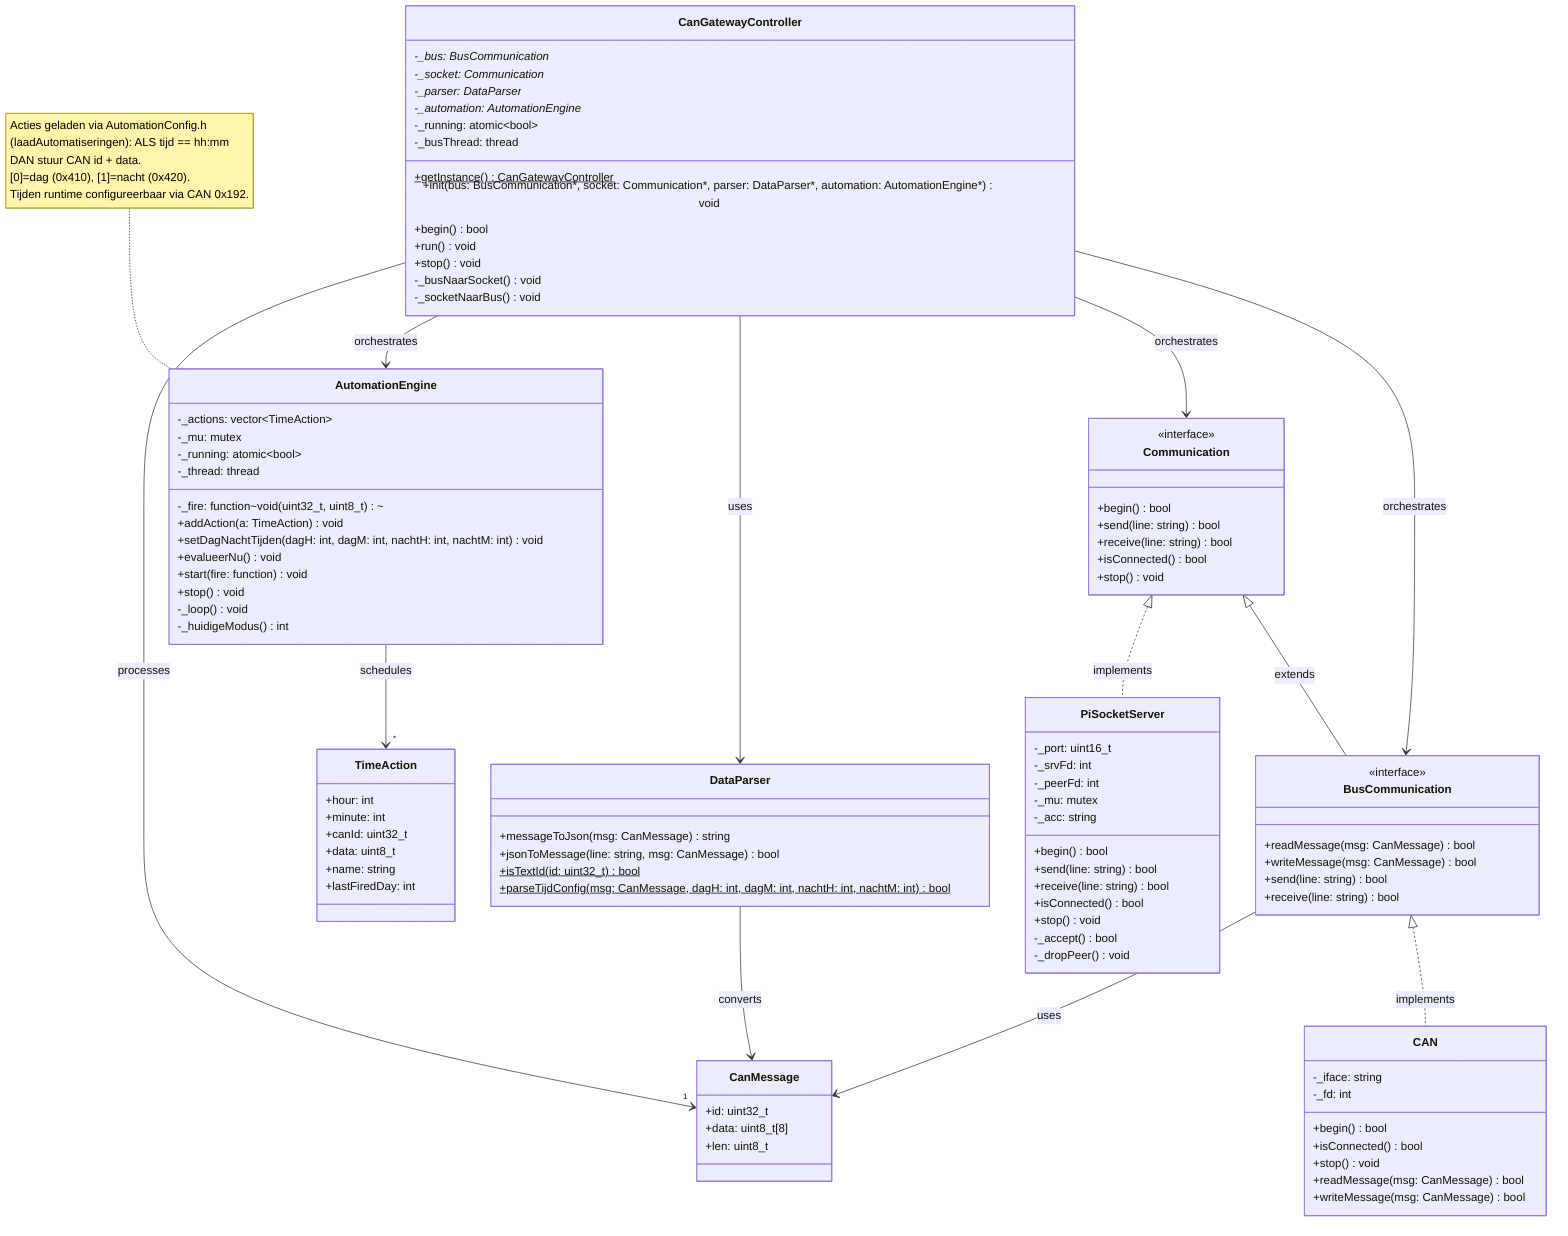
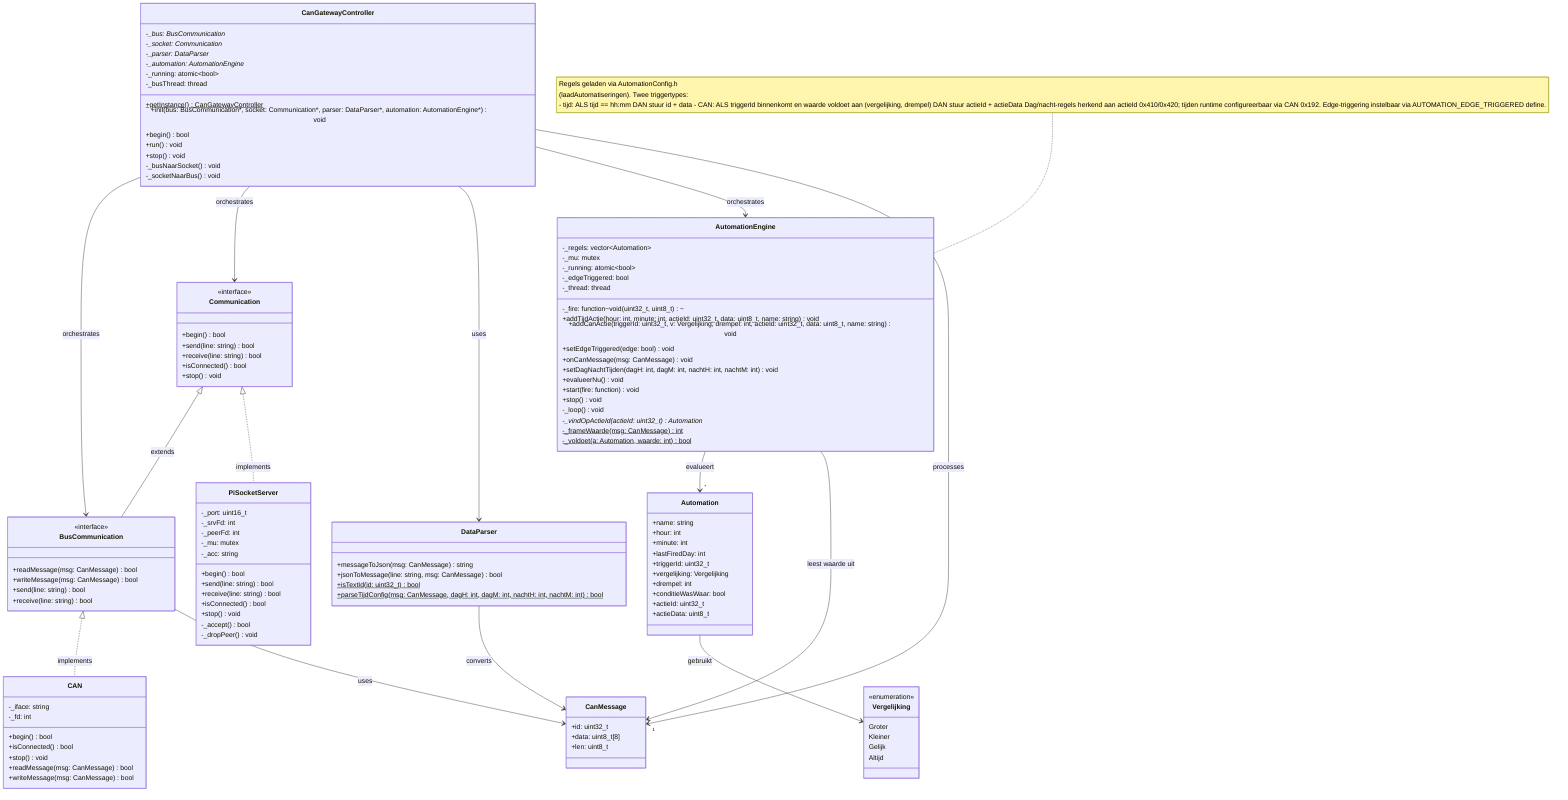
---
references:
  - "File: /PI/Socket-OOP-A/main.cpp"
  - "File: /PI/Socket-OOP-A"
generationTime: 2026-06-12T09:51:59.866Z
---
classDiagram
    %% Interface definitions
    class Communication {
        <<interface>>
        +begin() bool
        +send(line: string) bool
        +receive(line: string) bool
        +isConnected() bool
        +stop() void
    }

    class BusCommunication {
        <<interface>>
        +readMessage(msg: CanMessage) bool
        +writeMessage(msg: CanMessage) bool
        +send(line: string) bool
        +receive(line: string) bool
    }

    %% Data structures
    class CanMessage {
        +id: uint32_t
        +data: uint8_t[8]
        +len: uint8_t
    }

-     class TimeAction {
+     class Vergelijking {
+         <<enumeration>>
+         Groter
+         Kleiner
+         Gelijk
+         Altijd
+     }
+ 
+     class Automation {
+         +name: string
        +hour: int
        +minute: int
-         +canId: uint32_t
-         +data: uint8_t
-         +name: string
        +lastFiredDay: int
+         +triggerId: uint32_t
+         +vergelijking: Vergelijking
+         +drempel: int
+         +conditieWasWaar: bool
+         +actieId: uint32_t
+         +actieData: uint8_t
    }

    %% Concrete implementations
    class CAN {
        -_iface: string
        -_fd: int
        +begin() bool
        +isConnected() bool
        +stop() void
        +readMessage(msg: CanMessage) bool
        +writeMessage(msg: CanMessage) bool
    }

    class PiSocketServer {
        -_port: uint16_t
        -_srvFd: int
        -_peerFd: int
        -_mu: mutex
        -_acc: string
        +begin() bool
        +send(line: string) bool
        +receive(line: string) bool
        +isConnected() bool
        +stop() void
        -_accept() bool
        -_dropPeer() void
    }

    class DataParser {
        +messageToJson(msg: CanMessage) string
        +jsonToMessage(line: string, msg: CanMessage) bool
        +isTextId(id: uint32_t) bool$
        +parseTijdConfig(msg: CanMessage, dagH: int, dagM: int, nachtH: int, nachtM: int) bool$
    }

    class AutomationEngine {
-         -_actions: vector~TimeAction~
+         -_regels: vector~Automation~
        -_mu: mutex
        -_running: atomic~bool~
+         -_edgeTriggered: bool
        -_thread: thread
        -_fire: function~void(uint32_t, uint8_t)~
-         +addAction(a: TimeAction) void
+         +addTijdActie(hour: int, minute: int, actieId: uint32_t, data: uint8_t, name: string) void
+         +addCanActie(triggerId: uint32_t, v: Vergelijking, drempel: int, actieId: uint32_t, data: uint8_t, name: string) void
+         +setEdgeTriggered(edge: bool) void
+         +onCanMessage(msg: CanMessage) void
        +setDagNachtTijden(dagH: int, dagM: int, nachtH: int, nachtM: int) void
        +evalueerNu() void
        +start(fire: function) void
        +stop() void
        -_loop() void
-         -_huidigeModus() int
+         -_vindOpActieId(actieId: uint32_t) Automation*
+         -_frameWaarde(msg: CanMessage) int$
+         -_voldoet(a: Automation, waarde: int) bool$
    }

    class CanGatewayController {
        -_bus: BusCommunication*
        -_socket: Communication*
        -_parser: DataParser*
        -_automation: AutomationEngine*
        -_running: atomic~bool~
        -_busThread: thread
        +getInstance() CanGatewayController$
        +init(bus: BusCommunication*, socket: Communication*, parser: DataParser*, automation: AutomationEngine*) void
        +begin() bool
        +run() void
        +stop() void
        -_busNaarSocket() void
        -_socketNaarBus() void
    }

    %% Relationships
    Communication <|-- BusCommunication : extends
    Communication <|.. PiSocketServer : implements
    BusCommunication <|.. CAN : implements
    BusCommunication --> CanMessage : uses
    DataParser --> CanMessage : converts
-     AutomationEngine --> "*" TimeAction : schedules
+     AutomationEngine --> "*" Automation : evalueert
+     Automation --> Vergelijking : gebruikt
+     AutomationEngine --> CanMessage : leest waarde uit
    CanGatewayController --> BusCommunication : orchestrates
    CanGatewayController --> Communication : orchestrates
    CanGatewayController --> DataParser : uses
    CanGatewayController --> AutomationEngine : orchestrates
    CanGatewayController --> "1" CanMessage : processes

-     note for AutomationEngine "Acties geladen via AutomationConfig.h
- (laadAutomatiseringen): ALS tijd == hh:mm
- DAN stuur CAN id + data.
- [0]=dag (0x410), [1]=nacht (0x420).
- Tijden runtime configureerbaar via CAN 0x192."
+     note for AutomationEngine "Regels geladen via AutomationConfig.h
+ (laadAutomatiseringen). Twee triggertypes:
+ - tijd: ALS tijd == hh:mm DAN stuur id + data
+ - CAN: ALS triggerId binnenkomt en waarde
+   voldoet aan (vergelijking, drempel)
+   DAN stuur actieId + actieData
+ Dag/nacht-regels herkend aan actieId 0x410/0x420;
+ tijden runtime configureerbaar via CAN 0x192.
+ Edge-triggering instelbaar via
+ AUTOMATION_EDGE_TRIGGERED define."
